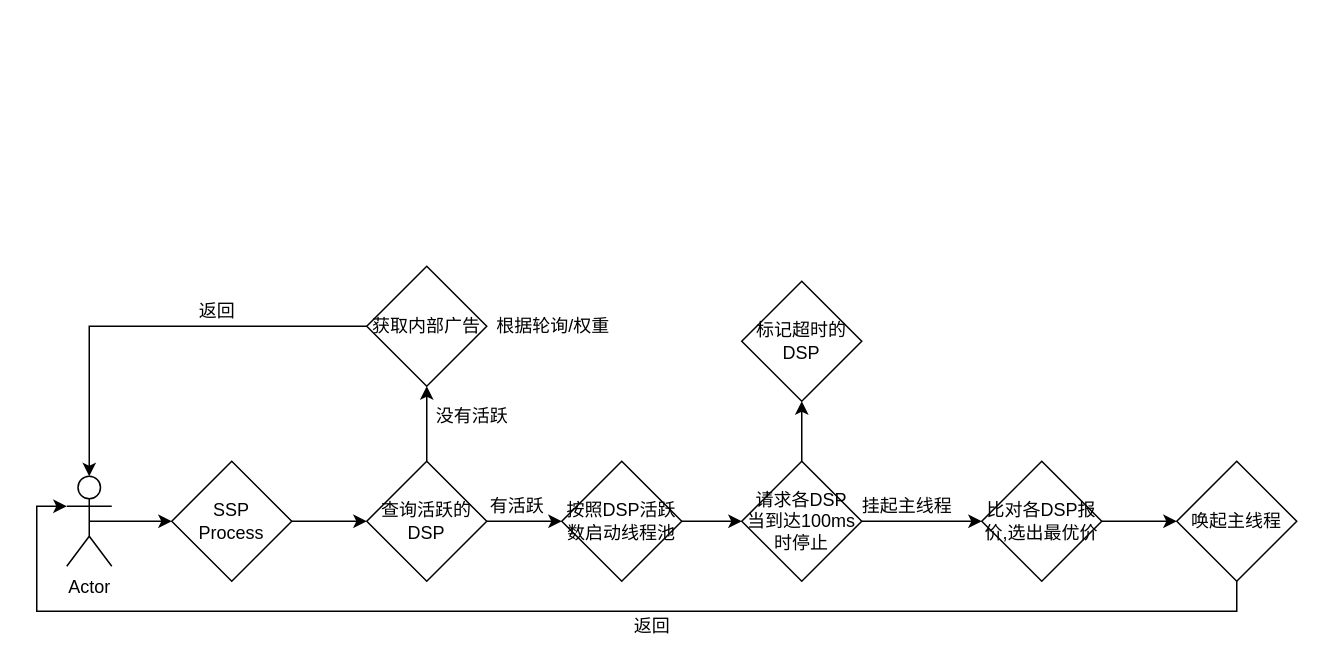
Navven/Img keeps this draw.io diagram as 流程1.drawio. Above is the earlier version. Source tidied: cells renumbered, new cells numbered last; positions are measured from the earlier drawing's top-left corner, leaving out a move shared by most shapes. Both pictures are drawn from the tidied source at 150%, with x=0, y=0 at pixel (36, 266).
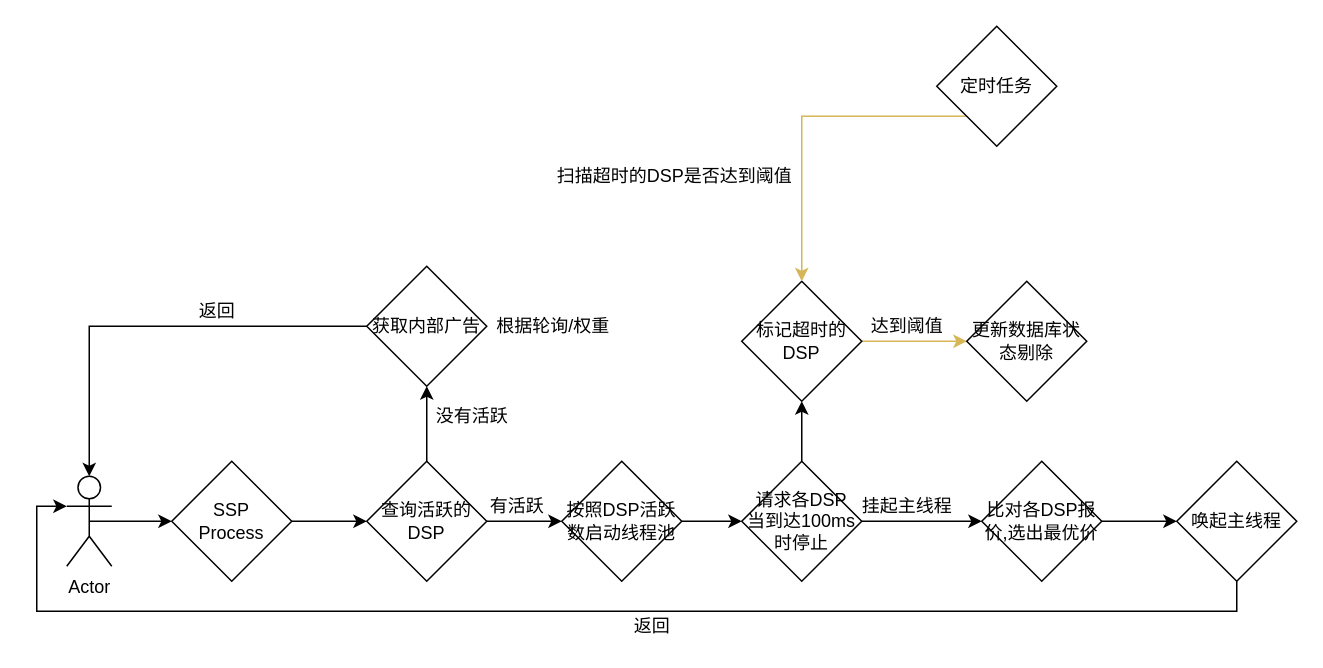
After the change.

Unchanged cells that the change refers to:
```xml
<mxCell id="21" value="标记超时的DSP" style="rhombus;whiteSpace=wrap;html=1;" parent="1" vertex="1">
  <mxGeometry x="470" y="10" width="80" height="80" as="geometry" />
</mxCell>
```

The edit, as a diff of the source:
```diff
@@
+    <mxCell id="27" style="edgeStyle=orthogonalEdgeStyle;rounded=0;jettySize=auto;html=1;exitX=1;exitY=0.5;exitDx=0;exitDy=0;fillColor=#fff2cc;strokeColor=#d6b656;" parent="1" edge="1" source="21">
+      <mxGeometry relative="1" as="geometry">
+        <mxPoint x="620" y="50" as="targetPoint" />
+      </mxGeometry>
+    </mxCell>
@@
+    <mxCell id="28" style="edgeStyle=orthogonalEdgeStyle;rounded=0;jettySize=auto;html=1;exitX=0;exitY=1;exitDx=0;exitDy=0;entryX=0.5;entryY=0;entryDx=0;entryDy=0;fillColor=#fff2cc;strokeColor=#d6b656;" parent="1" edge="1" source="29" target="21">
+      <mxGeometry relative="1" as="geometry" />
+    </mxCell>
+    <mxCell id="29" value="定时任务" style="rhombus;whiteSpace=wrap;html=1;" parent="1" vertex="1">
+      <mxGeometry x="600" y="-160" width="80" height="80" as="geometry" />
+    </mxCell>
+    <mxCell id="30" value="扫描超时的DSP是否达到阈值" style="text;html=1;align=center;verticalAlign=middle;strokeColor=none;fillColor=none;" parent="1" vertex="1">
+      <mxGeometry x="340" y="-70" width="170" height="20" as="geometry" />
+    </mxCell>
+    <mxCell id="31" value="更新数据库状态剔除" style="rhombus;whiteSpace=wrap;html=1;" parent="1" vertex="1">
+      <mxGeometry x="620" y="10" width="80" height="80" as="geometry" />
+    </mxCell>
+    <mxCell id="32" value="&lt;span&gt;达到阈值&lt;/span&gt;" style="text;html=1;align=center;verticalAlign=middle;strokeColor=none;fillColor=none;" parent="1" vertex="1">
+      <mxGeometry x="550" y="30" width="60" height="20" as="geometry" />
+    </mxCell>
```
